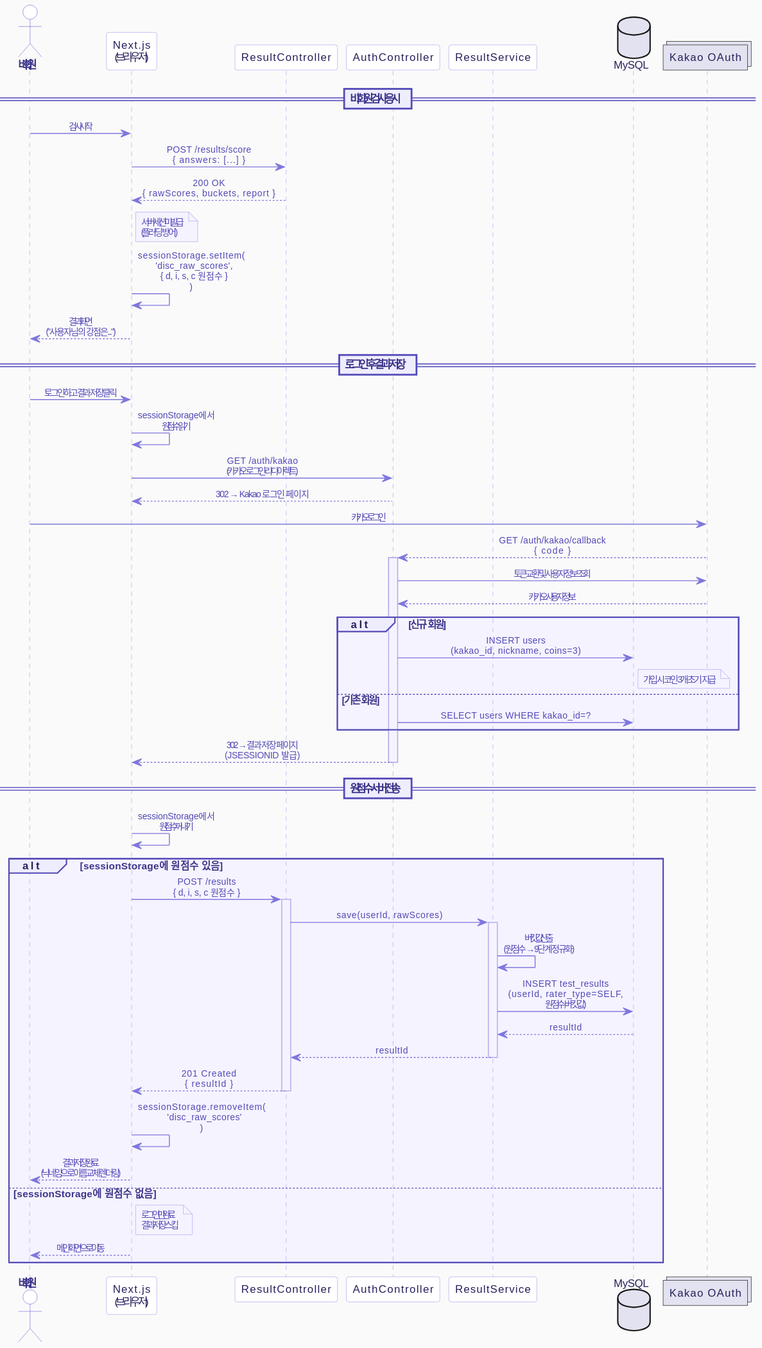
Before: docs/images/MyCPT_Sequence_GuestToMember.svg, a diagram exported from PlantUML (Yush1nk1m/MyCPT).
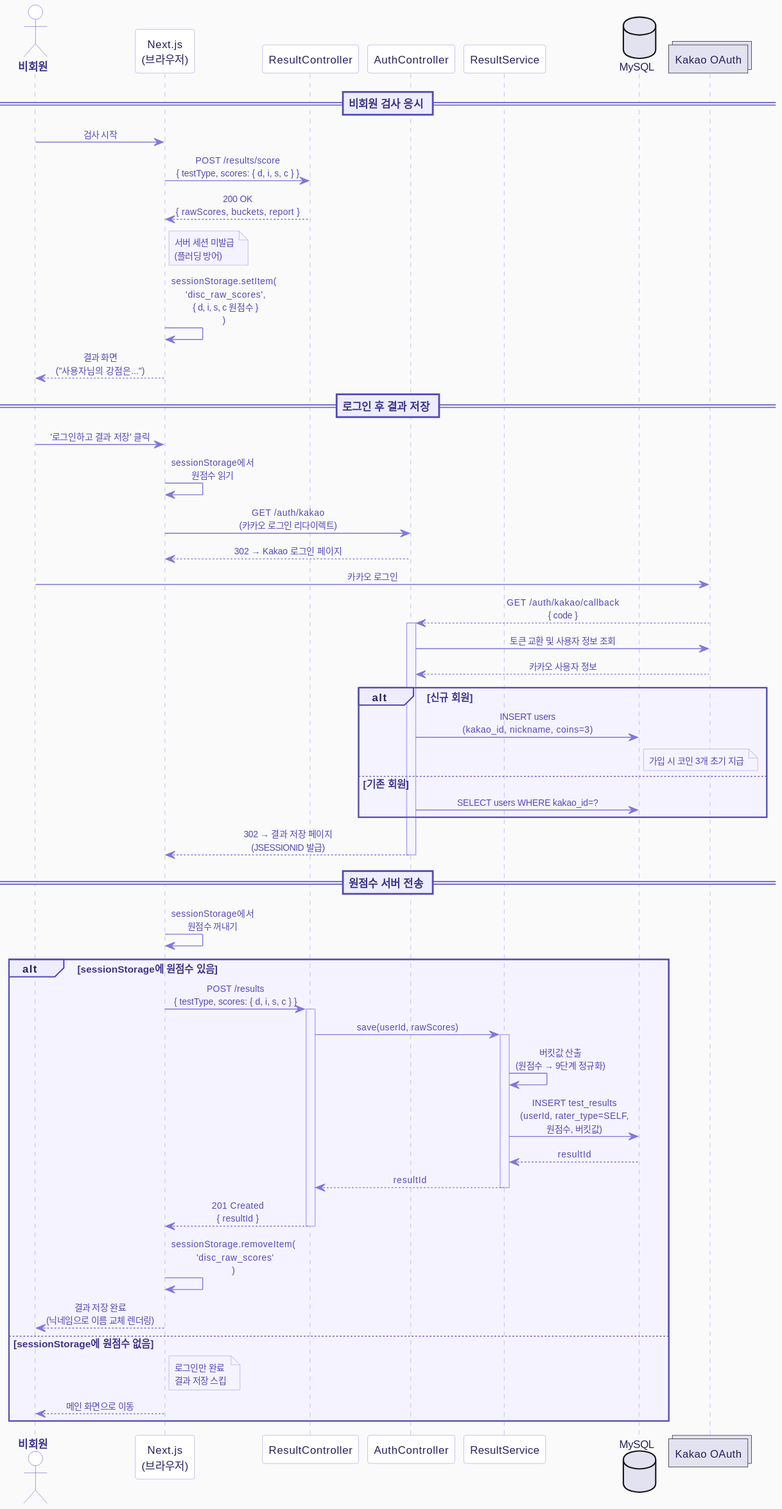
Above is the later version.

The edit, as a diff of the source:
```diff
@@ -54,7 +54,7 @@
 == 비회원 검사 응시 ==
 
 Guest -> Client : 검사 시작
-Client -> ResultCtrl : POST /results/score\n{ answers: [...] }
+Client -> ResultCtrl : POST /results/score\n{ testType, scores: { d, i, s, c } }
 ResultCtrl --> Client : 200 OK\n{ rawScores, buckets, report }
 
 note right of Client
@@ -98,7 +98,7 @@
 Client -> Client : sessionStorage에서\n원점수 꺼내기
 
 alt sessionStorage에 원점수 있음
-  Client -> ResultCtrl : POST /results\n{ d, i, s, c 원점수 }
+  Client -> ResultCtrl : POST /results\n{ testType, scores: { d, i, s, c } }
   activate ResultCtrl
 
   ResultCtrl -> ResultSvc : save(userId, rawScores)
```
